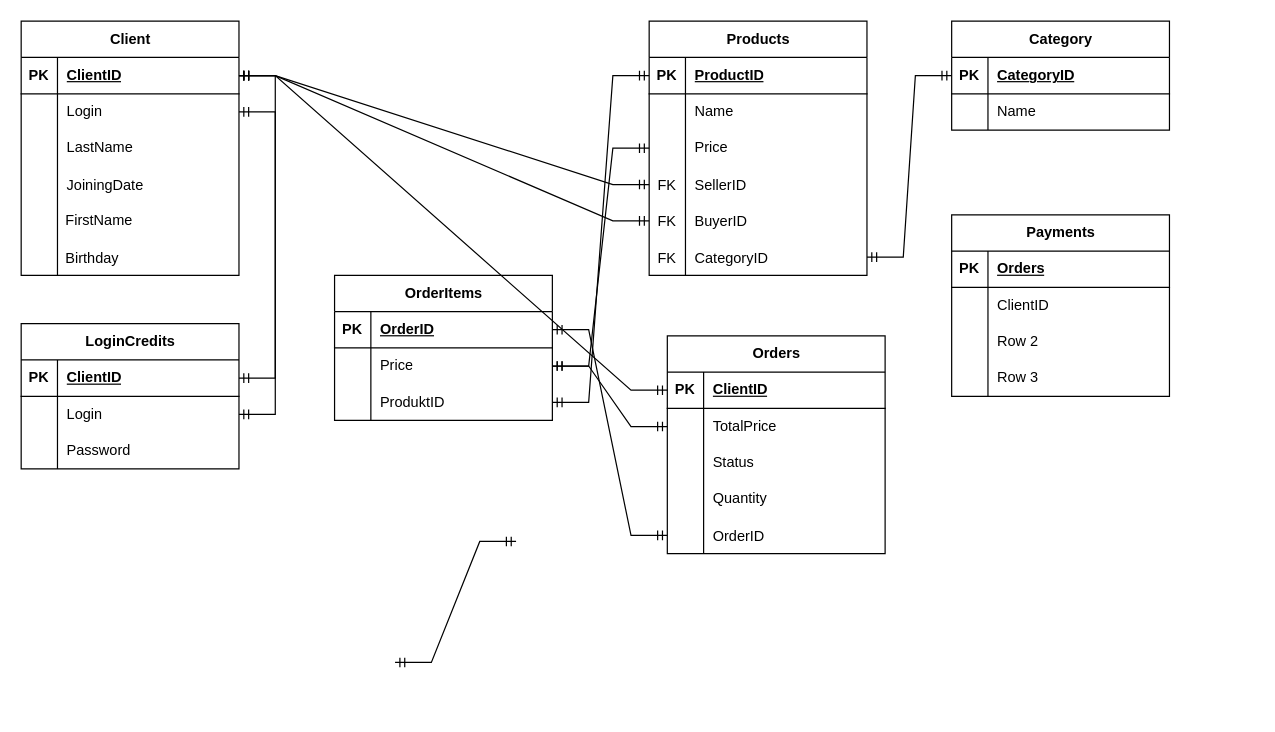
Before: Diagram bez tytułu.drawio in CieplyC/Projekcik, a draw.io diagram. Source tidied: cells renumbered, new cells numbered last; positions are measured from the earlier drawing's top-left corner, leaving out a move shared by most shapes. Both pictures are drawn from the tidied source at 121%, with x=0, y=0 at pixel (21, 21).
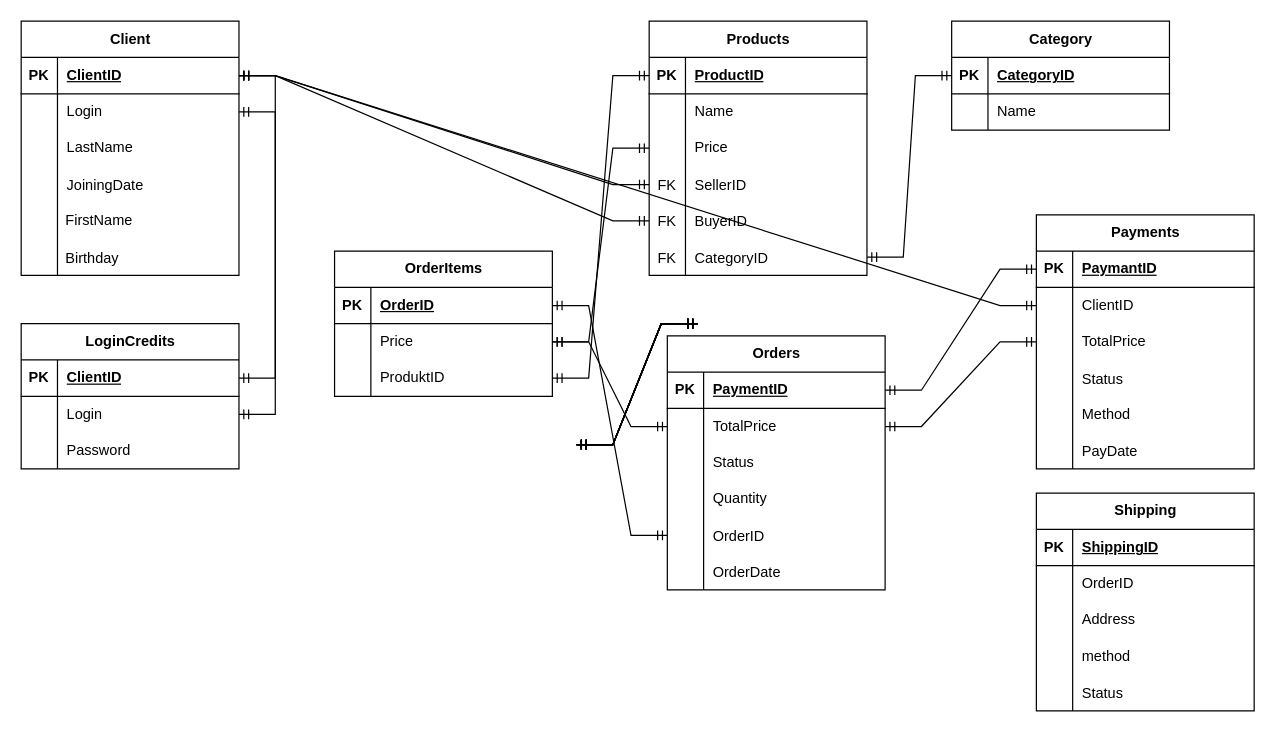
The same diagram, later.

Unchanged cells that the change refers to:
```xml
<mxCell id="3" style="shape=tableRow;horizontal=0;startSize=0;swimlaneHead=0;swimlaneBody=0;fillColor=none;points=[[0,0.5],[1,0.5]];portConstraint=eastwest;top=0;left=0;right=0;bottom=1;" parent="2" vertex="1">
  <mxGeometry y="30" width="180" height="30" as="geometry" />
</mxCell>
<mxCell id="81" style="shape=tableRow;horizontal=0;startSize=0;swimlaneHead=0;swimlaneBody=0;fillColor=none;points=[[0,0.5],[1,0.5]];portConstraint=eastwest;top=0;left=0;right=0;bottom=1;" parent="80" vertex="1">
  <mxGeometry y="30" width="180" height="30" as="geometry" />
</mxCell>
<mxCell id="84" style="shape=tableRow;horizontal=0;startSize=0;swimlaneHead=0;swimlaneBody=0;fillColor=none;points=[[0,0.5],[1,0.5]];portConstraint=eastwest;top=0;left=0;right=0;bottom=0;" parent="80" vertex="1">
  <mxGeometry y="60" width="180" height="30" as="geometry" />
</mxCell>
<mxCell id="97" style="shape=tableRow;horizontal=0;startSize=0;swimlaneHead=0;swimlaneBody=0;fillColor=none;points=[[0,0.5],[1,0.5]];portConstraint=eastwest;top=0;left=0;right=0;bottom=1;" parent="96" vertex="1">
  <mxGeometry y="30" width="180" height="30" as="geometry" />
</mxCell>
<mxCell id="100" style="shape=tableRow;horizontal=0;startSize=0;swimlaneHead=0;swimlaneBody=0;fillColor=none;points=[[0,0.5],[1,0.5]];portConstraint=eastwest;top=0;left=0;right=0;bottom=0;" parent="96" vertex="1">
  <mxGeometry y="60" width="180" height="30" as="geometry" />
</mxCell>
<mxCell id="103" style="shape=tableRow;horizontal=0;startSize=0;swimlaneHead=0;swimlaneBody=0;fillColor=none;points=[[0,0.5],[1,0.5]];portConstraint=eastwest;top=0;left=0;right=0;bottom=0;" parent="96" vertex="1">
  <mxGeometry y="90" width="180" height="30" as="geometry" />
</mxCell>
```

Change to the diagram source:
```diff
@@
-    <mxCell id="21" value="OrderItems" style="shape=table;startSize=30;childLayout=tableLayout;rowLines=0;fontStyle=1;align=center;html=1;" parent="1" vertex="1">
-      <mxGeometry x="259" y="210" width="180" height="120" as="geometry" />
-    </mxCell>
-    <mxCell id="22" style="shape=tableRow;horizontal=0;startSize=0;swimlaneHead=0;swimlaneBody=0;fillColor=none;points=[[0,0.5],[1,0.5]];portConstraint=eastwest;top=0;left=0;right=0;bottom=1;" parent="21" vertex="1">
-      <mxGeometry y="30" width="180" height="30" as="geometry" />
-    </mxCell>
-    <mxCell id="23" value="PK" style="shape=partialRectangle;fillColor=none;top=0;left=0;bottom=0;right=0;fontStyle=1;overflow=hidden;whiteSpace=wrap;html=1;" parent="22" vertex="1">
-      <mxGeometry width="30" height="30" as="geometry" />
-    </mxCell>
-    <mxCell id="24" value="OrderID" style="shape=partialRectangle;fillColor=none;top=0;left=0;bottom=0;right=0;align=left;spacingLeft=6;fontStyle=5;overflow=hidden;whiteSpace=wrap;html=1;" parent="22" vertex="1">
-      <mxGeometry x="30" width="150" height="30" as="geometry" />
-    </mxCell>
-    <mxCell id="25" style="shape=tableRow;horizontal=0;startSize=0;swimlaneHead=0;swimlaneBody=0;fillColor=none;points=[[0,0.5],[1,0.5]];portConstraint=eastwest;top=0;left=0;right=0;bottom=0;" parent="21" vertex="1">
-      <mxGeometry y="60" width="180" height="30" as="geometry" />
-    </mxCell>
-    <mxCell id="26" style="shape=partialRectangle;fillColor=none;top=0;left=0;bottom=0;right=0;overflow=hidden;whiteSpace=wrap;html=1;" parent="25" vertex="1">
-      <mxGeometry width="30" height="30" as="geometry" />
-    </mxCell>
-    <mxCell id="27" value="Price" style="shape=partialRectangle;fillColor=none;top=0;left=0;bottom=0;right=0;align=left;spacingLeft=6;overflow=hidden;whiteSpace=wrap;html=1;" parent="25" vertex="1">
-      <mxGeometry x="30" width="150" height="30" as="geometry" />
-    </mxCell>
-    <mxCell id="28" style="shape=tableRow;horizontal=0;startSize=0;swimlaneHead=0;swimlaneBody=0;fillColor=none;points=[[0,0.5],[1,0.5]];portConstraint=eastwest;top=0;left=0;right=0;bottom=0;" parent="21" vertex="1">
-      <mxGeometry y="90" width="180" height="30" as="geometry" />
-    </mxCell>
-    <mxCell id="29" style="shape=partialRectangle;fillColor=none;top=0;left=0;bottom=0;right=0;overflow=hidden;whiteSpace=wrap;html=1;" parent="28" vertex="1">
-      <mxGeometry width="30" height="30" as="geometry" />
-    </mxCell>
-    <mxCell id="30" value="ProduktID" style="shape=partialRectangle;fillColor=none;top=0;left=0;bottom=0;right=0;align=left;spacingLeft=6;overflow=hidden;whiteSpace=wrap;html=1;" parent="28" vertex="1">
-      <mxGeometry x="30" width="150" height="30" as="geometry" />
-    </mxCell>
@@
-    <mxCell id="69" style="edgeStyle=entityRelationEdgeStyle;fontSize=12;html=1;endArrow=ERmandOne;startArrow=ERmandOne;rounded=0;entryX=0;entryY=0.5;entryDx=0;entryDy=0;" parent="1" edge="1" source="3" target="81">
+    <mxCell id="69" style="edgeStyle=entityRelationEdgeStyle;fontSize=12;html=1;endArrow=ERmandOne;startArrow=ERmandOne;rounded=0;entryX=1;entryY=0.5;entryDx=0;entryDy=0;exitX=0;exitY=0.5;exitDx=0;exitDy=0;" parent="1" edge="1" source="97" target="81">
       <mxGeometry relative="1" as="geometry" />
     </mxCell>
@@
-    <mxCell id="71" style="edgeStyle=entityRelationEdgeStyle;fontSize=12;html=1;endArrow=ERmandOne;startArrow=ERmandOne;rounded=0;" parent="1" edge="1">
-      <mxGeometry relative="1" as="geometry">
-        <mxPoint x="309" y="530" as="sourcePoint" />
-        <mxPoint x="409" y="430" as="targetPoint" />
-      </mxGeometry>
+    <mxCell id="71" style="edgeStyle=entityRelationEdgeStyle;fontSize=12;html=1;endArrow=ERmandOne;startArrow=ERmandOne;rounded=0;" parent="1" edge="1" source="84" target="103">
+      <mxGeometry relative="1" as="geometry" />
     </mxCell>
@@
     <mxCell id="80" value="Orders" style="shape=table;startSize=30;childLayout=tableLayout;rowLines=0;fontStyle=1;align=center;html=1;" parent="1" vertex="1">
-      <mxGeometry x="534" y="260" width="180" height="180" as="geometry" />
+      <mxGeometry x="534" y="260" width="180" height="210" as="geometry" />
     </mxCell>
@@
-    <mxCell id="83" value="ClientID" style="shape=partialRectangle;fillColor=none;top=0;left=0;bottom=0;right=0;align=left;spacingLeft=6;fontStyle=5;overflow=hidden;whiteSpace=wrap;html=1;" parent="81" vertex="1">
+    <mxCell id="83" value="PaymentID" style="shape=partialRectangle;fillColor=none;top=0;left=0;bottom=0;right=0;align=left;spacingLeft=6;fontStyle=5;overflow=hidden;whiteSpace=wrap;html=1;" parent="81" vertex="1">
       <mxGeometry x="30" width="150" height="30" as="geometry" />
     </mxCell>
@@
+    <mxCell id="109" style="shape=tableRow;horizontal=0;startSize=0;swimlaneHead=0;swimlaneBody=0;fillColor=none;top=0;left=0;right=0;bottom=0;" parent="80" vertex="1">
+      <mxGeometry y="180" width="180" height="30" as="geometry" />
+    </mxCell>
+    <mxCell id="110" style="shape=partialRectangle;fillColor=none;top=0;left=0;bottom=0;right=0;overflow=hidden;" parent="109" vertex="1">
+      <mxGeometry width="30" height="30" as="geometry" />
+    </mxCell>
+    <mxCell id="111" value="OrderDate" style="shape=partialRectangle;fillColor=none;top=0;left=0;bottom=0;right=0;align=left;spacingLeft=6;overflow=hidden;" parent="109" vertex="1">
+      <mxGeometry x="30" width="150" height="30" as="geometry" />
+    </mxCell>
     <mxCell id="96" value="Payments" style="shape=table;startSize=30;childLayout=tableLayout;rowLines=0;fontStyle=1;align=center;html=1;" parent="1" vertex="1">
-      <mxGeometry x="769" y="160" width="180" height="150" as="geometry" />
+      <mxGeometry x="839" y="160" width="180" height="210" as="geometry" />
     </mxCell>
@@
-    <mxCell id="99" value="Orders" style="shape=partialRectangle;fillColor=none;top=0;left=0;bottom=0;right=0;align=left;spacingLeft=6;fontStyle=5;overflow=hidden;whiteSpace=wrap;html=1;" parent="97" vertex="1">
+    <mxCell id="99" value="PaymantID" style="shape=partialRectangle;fillColor=none;top=0;left=0;bottom=0;right=0;align=left;spacingLeft=6;fontStyle=5;overflow=hidden;whiteSpace=wrap;html=1;" parent="97" vertex="1">
       <mxGeometry x="30" width="150" height="30" as="geometry" />
     </mxCell>
@@
-    <mxCell id="105" value="Row 2" style="shape=partialRectangle;fillColor=none;top=0;left=0;bottom=0;right=0;align=left;spacingLeft=6;overflow=hidden;whiteSpace=wrap;html=1;" parent="103" vertex="1">
+    <mxCell id="105" value="TotalPrice" style="shape=partialRectangle;fillColor=none;top=0;left=0;bottom=0;right=0;align=left;spacingLeft=6;overflow=hidden;whiteSpace=wrap;html=1;" parent="103" vertex="1">
       <mxGeometry x="30" width="150" height="30" as="geometry" />
     </mxCell>
+    <mxCell id="112" style="shape=tableRow;horizontal=0;startSize=0;swimlaneHead=0;swimlaneBody=0;fillColor=none;top=0;left=0;right=0;bottom=0;" parent="96" vertex="1">
+      <mxGeometry y="120" width="180" height="30" as="geometry" />
+    </mxCell>
+    <mxCell id="113" style="shape=partialRectangle;fillColor=none;top=0;left=0;bottom=0;right=0;overflow=hidden;" parent="112" vertex="1">
+      <mxGeometry width="30" height="30" as="geometry" />
+    </mxCell>
+    <mxCell id="114" value="Status" style="shape=partialRectangle;fillColor=none;top=0;left=0;bottom=0;right=0;align=left;spacingLeft=6;overflow=hidden;" parent="112" vertex="1">
+      <mxGeometry x="30" width="150" height="30" as="geometry" />
+    </mxCell>
     <mxCell id="106" style="shape=tableRow;horizontal=0;startSize=0;swimlaneHead=0;swimlaneBody=0;fillColor=none;top=0;left=0;right=0;bottom=0;" parent="96" vertex="1">
-      <mxGeometry y="120" width="180" height="30" as="geometry" />
+      <mxGeometry y="150" width="180" height="30" as="geometry" />
     </mxCell>
@@
-    <mxCell id="108" value="Row 3" style="shape=partialRectangle;fillColor=none;top=0;left=0;bottom=0;right=0;align=left;spacingLeft=6;overflow=hidden;whiteSpace=wrap;html=1;" parent="106" vertex="1">
+    <mxCell id="108" value="Method" style="shape=partialRectangle;fillColor=none;top=0;left=0;bottom=0;right=0;align=left;spacingLeft=6;overflow=hidden;whiteSpace=wrap;html=1;" parent="106" vertex="1">
       <mxGeometry x="30" width="150" height="30" as="geometry" />
     </mxCell>
+    <mxCell id="115" style="shape=tableRow;horizontal=0;startSize=0;swimlaneHead=0;swimlaneBody=0;fillColor=none;top=0;left=0;right=0;bottom=0;" parent="96" vertex="1">
+      <mxGeometry y="180" width="180" height="30" as="geometry" />
+    </mxCell>
+    <mxCell id="116" style="shape=partialRectangle;fillColor=none;top=0;left=0;bottom=0;right=0;overflow=hidden;" parent="115" vertex="1">
+      <mxGeometry width="30" height="30" as="geometry" />
+    </mxCell>
+    <mxCell id="117" value="PayDate" style="shape=partialRectangle;fillColor=none;top=0;left=0;bottom=0;right=0;align=left;spacingLeft=6;overflow=hidden;" parent="115" vertex="1">
+      <mxGeometry x="30" width="150" height="30" as="geometry" />
+    </mxCell>
+    <mxCell id="118" style="edgeStyle=entityRelationEdgeStyle;fontSize=12;html=1;endArrow=ERmandOne;startArrow=ERmandOne;rounded=0;" parent="1" edge="1">
+      <mxGeometry relative="1" as="geometry">
+        <mxPoint x="459" y="350" as="sourcePoint" />
+        <mxPoint x="559" y="250" as="targetPoint" />
+      </mxGeometry>
+    </mxCell>
+    <mxCell id="119" style="edgeStyle=entityRelationEdgeStyle;fontSize=12;html=1;endArrow=ERmandOne;startArrow=ERmandOne;rounded=0;" parent="1" edge="1">
+      <mxGeometry relative="1" as="geometry">
+        <mxPoint x="459" y="350" as="sourcePoint" />
+        <mxPoint x="559" y="250" as="targetPoint" />
+      </mxGeometry>
+    </mxCell>
+    <mxCell id="120" style="edgeStyle=entityRelationEdgeStyle;fontSize=12;html=1;endArrow=ERmandOne;startArrow=ERmandOne;rounded=0;" parent="1" edge="1">
+      <mxGeometry relative="1" as="geometry">
+        <mxPoint x="459" y="350" as="sourcePoint" />
+        <mxPoint x="559" y="250" as="targetPoint" />
+      </mxGeometry>
+    </mxCell>
+    <mxCell id="121" style="edgeStyle=entityRelationEdgeStyle;fontSize=12;html=1;endArrow=ERmandOne;startArrow=ERmandOne;rounded=0;" parent="1" edge="1">
+      <mxGeometry relative="1" as="geometry">
+        <mxPoint x="459" y="350" as="sourcePoint" />
+        <mxPoint x="559" y="250" as="targetPoint" />
+      </mxGeometry>
+    </mxCell>
+    <mxCell id="122" style="edgeStyle=entityRelationEdgeStyle;fontSize=12;html=1;endArrow=ERmandOne;startArrow=ERmandOne;rounded=0;" parent="1" edge="1">
+      <mxGeometry relative="1" as="geometry">
+        <mxPoint x="459" y="350" as="sourcePoint" />
+        <mxPoint x="559" y="250" as="targetPoint" />
+      </mxGeometry>
+    </mxCell>
+    <mxCell id="123" style="edgeStyle=entityRelationEdgeStyle;fontSize=12;html=1;endArrow=ERmandOne;startArrow=ERmandOne;rounded=0;" parent="1" edge="1">
+      <mxGeometry relative="1" as="geometry">
+        <mxPoint x="459" y="350" as="sourcePoint" />
+        <mxPoint x="559" y="250" as="targetPoint" />
+      </mxGeometry>
+    </mxCell>
+    <mxCell id="124" style="edgeStyle=entityRelationEdgeStyle;fontSize=12;html=1;endArrow=ERmandOne;startArrow=ERmandOne;rounded=0;" parent="1" edge="1">
+      <mxGeometry relative="1" as="geometry">
+        <mxPoint x="459" y="350" as="sourcePoint" />
+        <mxPoint x="559" y="250" as="targetPoint" />
+      </mxGeometry>
+    </mxCell>
+    <mxCell id="125" style="edgeStyle=entityRelationEdgeStyle;fontSize=12;html=1;endArrow=ERmandOne;startArrow=ERmandOne;rounded=0;" parent="1" edge="1">
+      <mxGeometry relative="1" as="geometry">
+        <mxPoint x="459" y="350" as="sourcePoint" />
+        <mxPoint x="559" y="250" as="targetPoint" />
+      </mxGeometry>
+    </mxCell>
+    <mxCell id="126" style="edgeStyle=entityRelationEdgeStyle;fontSize=12;html=1;endArrow=ERmandOne;startArrow=ERmandOne;rounded=0;" parent="1" edge="1">
+      <mxGeometry relative="1" as="geometry">
+        <mxPoint x="459" y="350" as="sourcePoint" />
+        <mxPoint x="559" y="250" as="targetPoint" />
+      </mxGeometry>
+    </mxCell>
+    <mxCell id="127" style="edgeStyle=entityRelationEdgeStyle;fontSize=12;html=1;endArrow=ERmandOne;startArrow=ERmandOne;rounded=0;" parent="1" edge="1">
+      <mxGeometry relative="1" as="geometry">
+        <mxPoint x="459" y="350" as="sourcePoint" />
+        <mxPoint x="559" y="250" as="targetPoint" />
+      </mxGeometry>
+    </mxCell>
+    <mxCell id="128" style="edgeStyle=entityRelationEdgeStyle;fontSize=12;html=1;endArrow=ERmandOne;startArrow=ERmandOne;rounded=0;" parent="1" edge="1">
+      <mxGeometry relative="1" as="geometry">
+        <mxPoint x="459" y="350" as="sourcePoint" />
+        <mxPoint x="559" y="250" as="targetPoint" />
+      </mxGeometry>
+    </mxCell>
+    <mxCell id="129" style="edgeStyle=entityRelationEdgeStyle;fontSize=12;html=1;endArrow=ERmandOne;startArrow=ERmandOne;rounded=0;" parent="1" edge="1">
+      <mxGeometry relative="1" as="geometry">
+        <mxPoint x="459" y="350" as="sourcePoint" />
+        <mxPoint x="559" y="250" as="targetPoint" />
+      </mxGeometry>
+    </mxCell>
+    <mxCell id="130" style="edgeStyle=entityRelationEdgeStyle;fontSize=12;html=1;endArrow=ERmandOne;startArrow=ERmandOne;rounded=0;" parent="1" edge="1" source="3" target="100">
+      <mxGeometry relative="1" as="geometry" />
+    </mxCell>
+    <mxCell id="21" value="OrderItems" style="shape=table;startSize=30;childLayout=tableLayout;rowLines=0;fontStyle=1;align=center;html=1;" parent="1" vertex="1">
+      <mxGeometry x="259" y="190" width="180" height="120" as="geometry" />
+    </mxCell>
+    <mxCell id="22" style="shape=tableRow;horizontal=0;startSize=0;swimlaneHead=0;swimlaneBody=0;fillColor=none;points=[[0,0.5],[1,0.5]];portConstraint=eastwest;top=0;left=0;right=0;bottom=1;" parent="21" vertex="1">
+      <mxGeometry y="30" width="180" height="30" as="geometry" />
+    </mxCell>
+    <mxCell id="23" value="PK" style="shape=partialRectangle;fillColor=none;top=0;left=0;bottom=0;right=0;fontStyle=1;overflow=hidden;whiteSpace=wrap;html=1;" parent="22" vertex="1">
+      <mxGeometry width="30" height="30" as="geometry" />
+    </mxCell>
+    <mxCell id="24" value="OrderID" style="shape=partialRectangle;fillColor=none;top=0;left=0;bottom=0;right=0;align=left;spacingLeft=6;fontStyle=5;overflow=hidden;whiteSpace=wrap;html=1;" parent="22" vertex="1">
+      <mxGeometry x="30" width="150" height="30" as="geometry" />
+    </mxCell>
+    <mxCell id="25" style="shape=tableRow;horizontal=0;startSize=0;swimlaneHead=0;swimlaneBody=0;fillColor=none;points=[[0,0.5],[1,0.5]];portConstraint=eastwest;top=0;left=0;right=0;bottom=0;" parent="21" vertex="1">
+      <mxGeometry y="60" width="180" height="30" as="geometry" />
+    </mxCell>
+    <mxCell id="26" style="shape=partialRectangle;fillColor=none;top=0;left=0;bottom=0;right=0;overflow=hidden;whiteSpace=wrap;html=1;" parent="25" vertex="1">
+      <mxGeometry width="30" height="30" as="geometry" />
+    </mxCell>
+    <mxCell id="27" value="Price" style="shape=partialRectangle;fillColor=none;top=0;left=0;bottom=0;right=0;align=left;spacingLeft=6;overflow=hidden;whiteSpace=wrap;html=1;" parent="25" vertex="1">
+      <mxGeometry x="30" width="150" height="30" as="geometry" />
+    </mxCell>
+    <mxCell id="28" style="shape=tableRow;horizontal=0;startSize=0;swimlaneHead=0;swimlaneBody=0;fillColor=none;points=[[0,0.5],[1,0.5]];portConstraint=eastwest;top=0;left=0;right=0;bottom=0;" parent="21" vertex="1">
+      <mxGeometry y="90" width="180" height="30" as="geometry" />
+    </mxCell>
+    <mxCell id="29" style="shape=partialRectangle;fillColor=none;top=0;left=0;bottom=0;right=0;overflow=hidden;whiteSpace=wrap;html=1;" parent="28" vertex="1">
+      <mxGeometry width="30" height="30" as="geometry" />
+    </mxCell>
+    <mxCell id="30" value="ProduktID" style="shape=partialRectangle;fillColor=none;top=0;left=0;bottom=0;right=0;align=left;spacingLeft=6;overflow=hidden;whiteSpace=wrap;html=1;" parent="28" vertex="1">
+      <mxGeometry x="30" width="150" height="30" as="geometry" />
+    </mxCell>
+    <mxCell id="131" value="Shipping" style="shape=table;startSize=30;childLayout=tableLayout;rowLines=0;fontStyle=1;align=center;html=1;" parent="1" vertex="1">
+      <mxGeometry x="839" y="390" width="180" height="180" as="geometry" />
+    </mxCell>
+    <mxCell id="132" style="shape=tableRow;horizontal=0;startSize=0;swimlaneHead=0;swimlaneBody=0;fillColor=none;top=0;left=0;right=0;bottom=1;" parent="131" vertex="1">
+      <mxGeometry y="30" width="180" height="30" as="geometry" />
+    </mxCell>
+    <mxCell id="133" value="PK" style="shape=partialRectangle;fillColor=none;top=0;left=0;bottom=0;right=0;fontStyle=1;overflow=hidden;whiteSpace=wrap;html=1;" parent="132" vertex="1">
+      <mxGeometry width="30" height="30" as="geometry" />
+    </mxCell>
+    <mxCell id="134" value="ShippingID" style="shape=partialRectangle;fillColor=none;top=0;left=0;bottom=0;right=0;align=left;spacingLeft=6;fontStyle=5;overflow=hidden;whiteSpace=wrap;html=1;" parent="132" vertex="1">
+      <mxGeometry x="30" width="150" height="30" as="geometry" />
+    </mxCell>
+    <mxCell id="135" style="shape=tableRow;horizontal=0;startSize=0;swimlaneHead=0;swimlaneBody=0;fillColor=none;top=0;left=0;right=0;bottom=0;" parent="131" vertex="1">
+      <mxGeometry y="60" width="180" height="30" as="geometry" />
+    </mxCell>
+    <mxCell id="136" style="shape=partialRectangle;fillColor=none;top=0;left=0;bottom=0;right=0;overflow=hidden;whiteSpace=wrap;html=1;" parent="135" vertex="1">
+      <mxGeometry width="30" height="30" as="geometry" />
+    </mxCell>
+    <mxCell id="137" value="OrderID" style="shape=partialRectangle;fillColor=none;top=0;left=0;bottom=0;right=0;align=left;spacingLeft=6;overflow=hidden;whiteSpace=wrap;html=1;" parent="135" vertex="1">
+      <mxGeometry x="30" width="150" height="30" as="geometry" />
+    </mxCell>
+    <mxCell id="138" style="shape=tableRow;horizontal=0;startSize=0;swimlaneHead=0;swimlaneBody=0;fillColor=none;top=0;left=0;right=0;bottom=0;" parent="131" vertex="1">
+      <mxGeometry y="90" width="180" height="30" as="geometry" />
+    </mxCell>
+    <mxCell id="139" style="shape=partialRectangle;fillColor=none;top=0;left=0;bottom=0;right=0;overflow=hidden;whiteSpace=wrap;html=1;" parent="138" vertex="1">
+      <mxGeometry width="30" height="30" as="geometry" />
+    </mxCell>
+    <mxCell id="140" value="Address" style="shape=partialRectangle;fillColor=none;top=0;left=0;bottom=0;right=0;align=left;spacingLeft=6;overflow=hidden;whiteSpace=wrap;html=1;" parent="138" vertex="1">
+      <mxGeometry x="30" width="150" height="30" as="geometry" />
+    </mxCell>
+    <mxCell id="141" style="shape=tableRow;horizontal=0;startSize=0;swimlaneHead=0;swimlaneBody=0;fillColor=none;top=0;left=0;right=0;bottom=0;" parent="131" vertex="1">
+      <mxGeometry y="120" width="180" height="30" as="geometry" />
+    </mxCell>
+    <mxCell id="142" style="shape=partialRectangle;fillColor=none;top=0;left=0;bottom=0;right=0;overflow=hidden;whiteSpace=wrap;html=1;" parent="141" vertex="1">
+      <mxGeometry width="30" height="30" as="geometry" />
+    </mxCell>
+    <mxCell id="143" value="method" style="shape=partialRectangle;fillColor=none;top=0;left=0;bottom=0;right=0;align=left;spacingLeft=6;overflow=hidden;whiteSpace=wrap;html=1;" parent="141" vertex="1">
+      <mxGeometry x="30" width="150" height="30" as="geometry" />
+    </mxCell>
+    <mxCell id="144" style="shape=tableRow;horizontal=0;startSize=0;swimlaneHead=0;swimlaneBody=0;fillColor=none;top=0;left=0;right=0;bottom=0;" parent="131" vertex="1">
+      <mxGeometry y="150" width="180" height="30" as="geometry" />
+    </mxCell>
+    <mxCell id="145" style="shape=partialRectangle;fillColor=none;top=0;left=0;bottom=0;right=0;overflow=hidden;" parent="144" vertex="1">
+      <mxGeometry width="30" height="30" as="geometry" />
+    </mxCell>
+    <mxCell id="146" value="Status" style="shape=partialRectangle;fillColor=none;top=0;left=0;bottom=0;right=0;align=left;spacingLeft=6;overflow=hidden;" parent="144" vertex="1">
+      <mxGeometry x="30" width="150" height="30" as="geometry" />
+    </mxCell>
```
